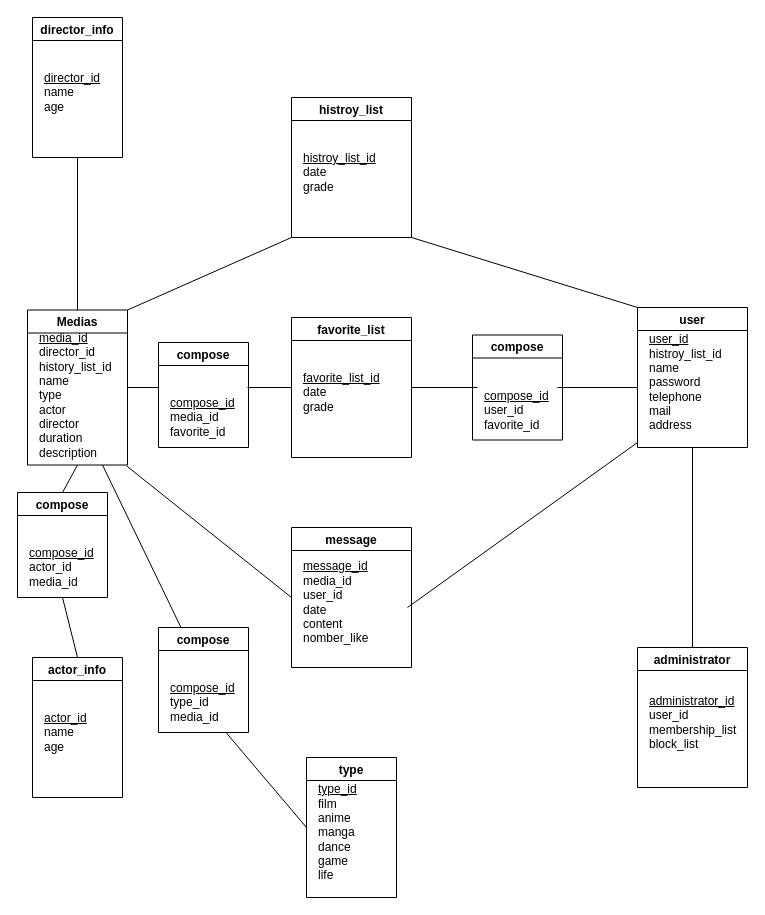
This is public/jalon2/schema/schema2.drawio from ZhiweiPEI/1111, a draw.io file, before an edit. Source tidied: cells renumbered, new cells numbered last; positions are measured from the earlier drawing's top-left corner, leaving out a move shared by most shapes. Both pictures are drawn from the tidied source at 100%, with x=0, y=0 at pixel (17, 17).
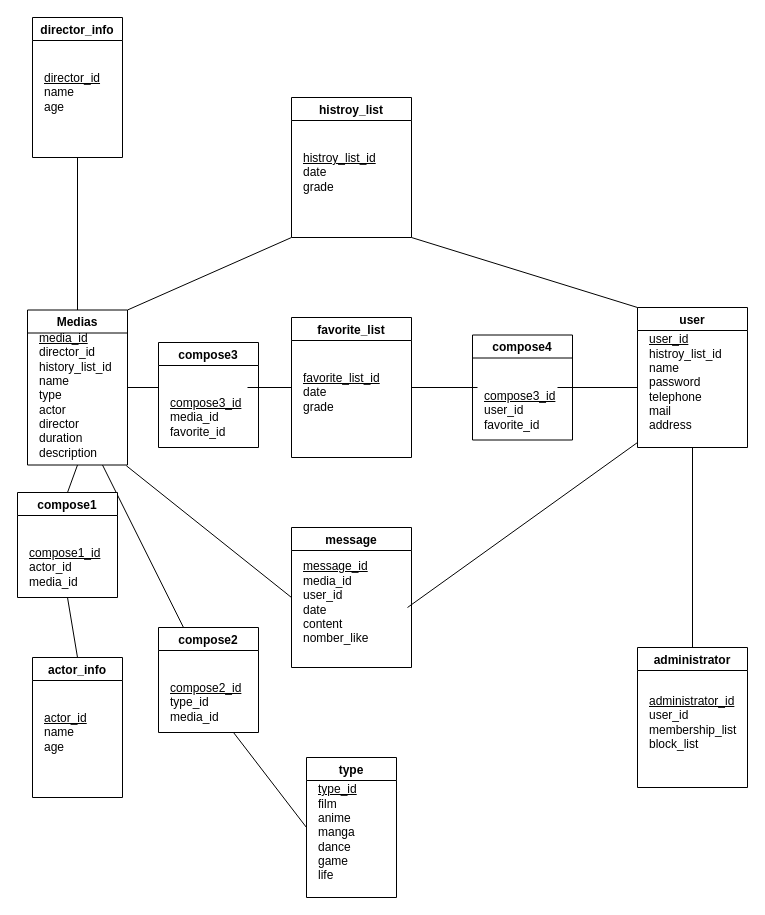
Above is the later version.

Change to the diagram source:
```diff
@@
-    <mxCell id="34" value="compose" style="swimlane;" parent="1" vertex="1">
-      <mxGeometry y="475" width="90" height="105" as="geometry" />
+    <mxCell id="34" value="compose1" style="swimlane;" parent="1" vertex="1">
+      <mxGeometry y="475" width="100" height="105" as="geometry" />
     </mxCell>
-    <mxCell id="35" value="&lt;u&gt;compose_id&lt;/u&gt;&lt;br&gt;actor_id&lt;br&gt;media_id" style="text;html=1;align=left;verticalAlign=middle;strokeColor=none;fillColor=none;" parent="34" vertex="1">
-      <mxGeometry x="10" y="50" width="80" height="50" as="geometry" />
+    <mxCell id="35" value="&lt;u&gt;compose1_id&lt;/u&gt;&lt;br&gt;actor_id&lt;br&gt;media_id" style="text;html=1;align=left;verticalAlign=middle;strokeColor=none;fillColor=none;" parent="34" vertex="1">
+      <mxGeometry x="10" y="50" width="90" height="50" as="geometry" />
     </mxCell>
-    <mxCell id="36" value="compose" style="swimlane;" parent="1" vertex="1">
-      <mxGeometry x="141" y="610" width="90" height="105" as="geometry" />
+    <mxCell id="36" value="compose2" style="swimlane;" parent="1" vertex="1">
+      <mxGeometry x="141" y="610" width="100" height="105" as="geometry" />
     </mxCell>
-    <mxCell id="37" value="&lt;u&gt;compose_id&lt;/u&gt;&lt;br&gt;type_id&lt;br&gt;media_id" style="text;html=1;align=left;verticalAlign=middle;strokeColor=none;fillColor=none;" parent="36" vertex="1">
-      <mxGeometry x="10" y="50" width="80" height="50" as="geometry" />
+    <mxCell id="37" value="&lt;u&gt;compose2_id&lt;/u&gt;&lt;br&gt;type_id&lt;br&gt;media_id" style="text;html=1;align=left;verticalAlign=middle;strokeColor=none;fillColor=none;" parent="36" vertex="1">
+      <mxGeometry x="10" y="50" width="90" height="50" as="geometry" />
     </mxCell>
-    <mxCell id="38" value="compose" style="swimlane;" parent="1" vertex="1">
-      <mxGeometry x="141" y="325" width="90" height="105" as="geometry" />
+    <mxCell id="38" value="compose3" style="swimlane;" parent="1" vertex="1">
+      <mxGeometry x="141" y="325" width="100" height="105" as="geometry" />
     </mxCell>
-    <mxCell id="39" value="&lt;u&gt;compose_id&lt;/u&gt;&lt;br&gt;media_id&lt;br&gt;favorite_id" style="text;html=1;align=left;verticalAlign=middle;strokeColor=none;fillColor=none;" parent="38" vertex="1">
-      <mxGeometry x="10" y="50" width="80" height="50" as="geometry" />
+    <mxCell id="39" value="&lt;u&gt;compose3_id&lt;/u&gt;&lt;br&gt;media_id&lt;br&gt;favorite_id" style="text;html=1;align=left;verticalAlign=middle;strokeColor=none;fillColor=none;" parent="38" vertex="1">
+      <mxGeometry x="10" y="50" width="90" height="50" as="geometry" />
     </mxCell>
-    <mxCell id="40" value="compose" style="swimlane;" parent="1" vertex="1">
-      <mxGeometry x="455" y="317.5" width="90" height="105" as="geometry" />
+    <mxCell id="40" value="compose4" style="swimlane;" parent="1" vertex="1">
+      <mxGeometry x="455" y="317.5" width="100" height="105" as="geometry" />
     </mxCell>
-    <mxCell id="41" value="&lt;u&gt;compose_id&lt;/u&gt;&lt;br&gt;user_id&lt;br&gt;favorite_id" style="text;html=1;align=left;verticalAlign=middle;strokeColor=none;fillColor=none;" parent="40" vertex="1">
-      <mxGeometry x="10" y="50" width="80" height="50" as="geometry" />
+    <mxCell id="41" value="&lt;u&gt;compose3_id&lt;/u&gt;&lt;br&gt;user_id&lt;br&gt;favorite_id" style="text;html=1;align=left;verticalAlign=middle;strokeColor=none;fillColor=none;" parent="40" vertex="1">
+      <mxGeometry x="10" y="50" width="90" height="50" as="geometry" />
     </mxCell>
```
